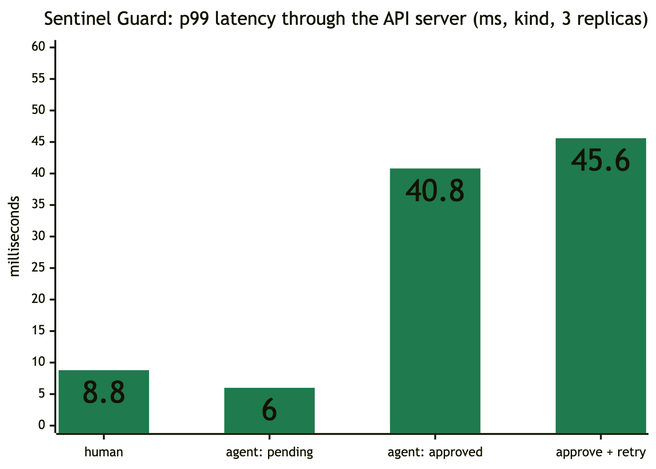
Above: docs/handbook/images/17-chart-guard-latency.png in abdulmdev/sentinel-incident-copilot (Mermaid), before the change. Its source is kept beside it as docs/handbook/diagrams/17-chart-guard-latency.mmd.
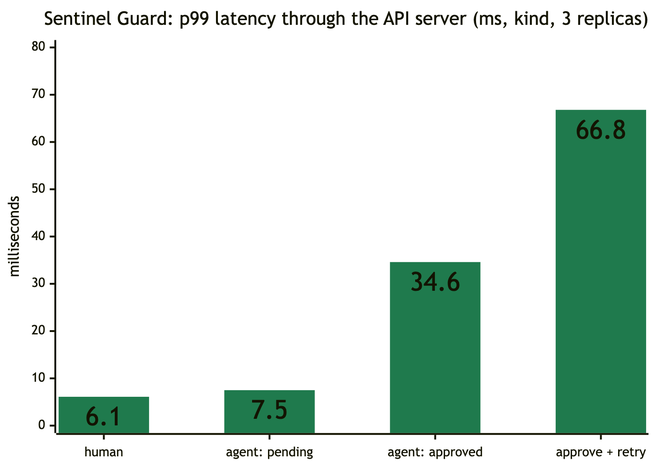
Later version of the same file.

The edit, as a diff of the source:
```diff
@@ -9,5 +9,5 @@
 xychart-beta
   title "Sentinel Guard: p99 latency through the API server (ms, kind, 3 replicas)"
   x-axis ["human", "agent: pending", "agent: approved", "approve + retry"]
-  y-axis "milliseconds" 0 --> 60
-  bar [8.8, 6.0, 40.8, 45.6]
+  y-axis "milliseconds" 0 --> 80
+  bar [6.1, 7.5, 34.6, 66.8]
```
